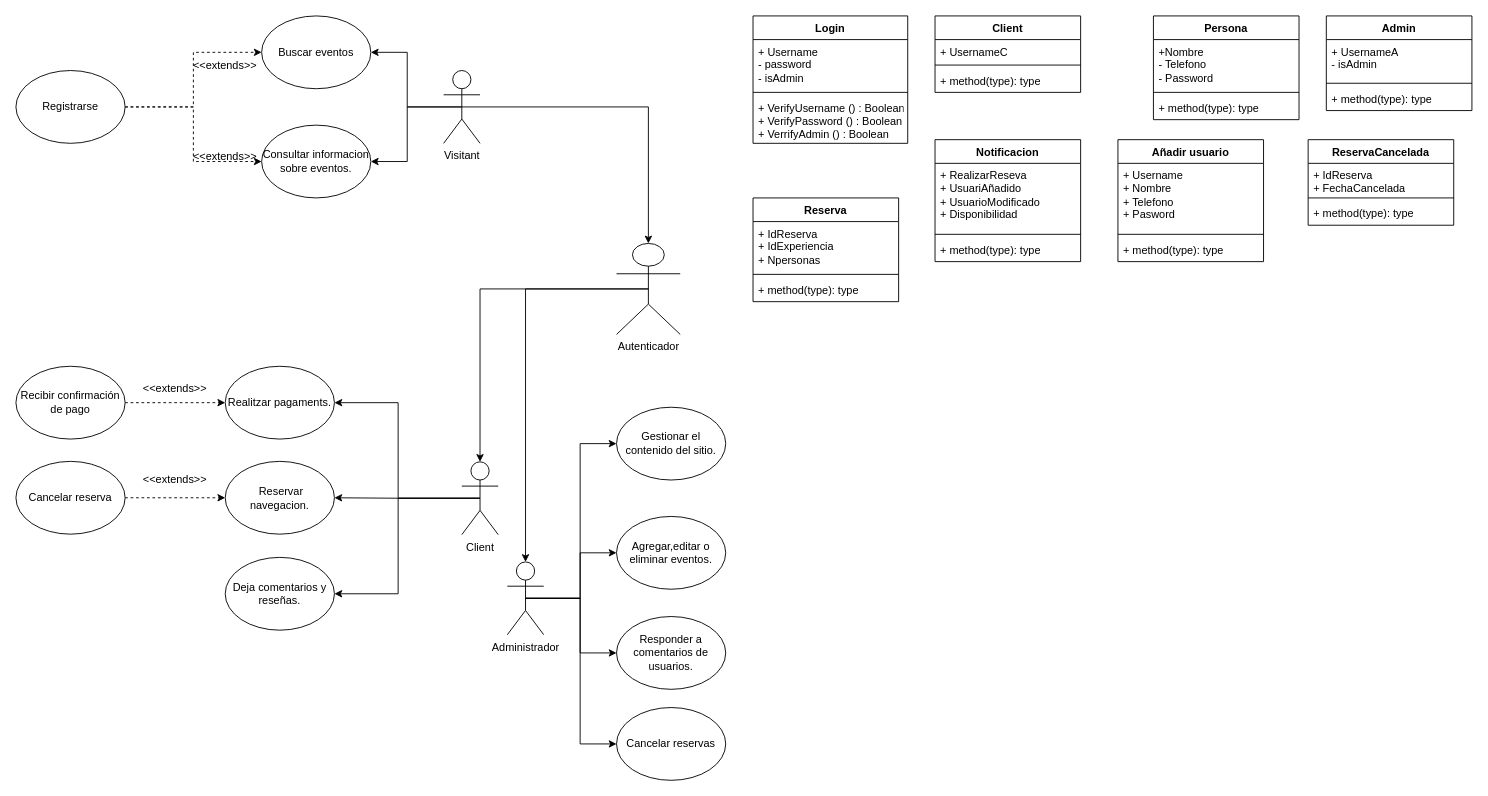
This is Diagramas/UML_XaJo.drawio from joam6/Sailing_XaJo, a draw.io file, before an edit. Source tidied: cells renumbered, new cells numbered last; positions are measured from the earlier drawing's top-left corner, leaving out a move shared by most shapes. Both pictures are drawn from the tidied source at 91%, with x=0, y=0 at pixel (15, 15).
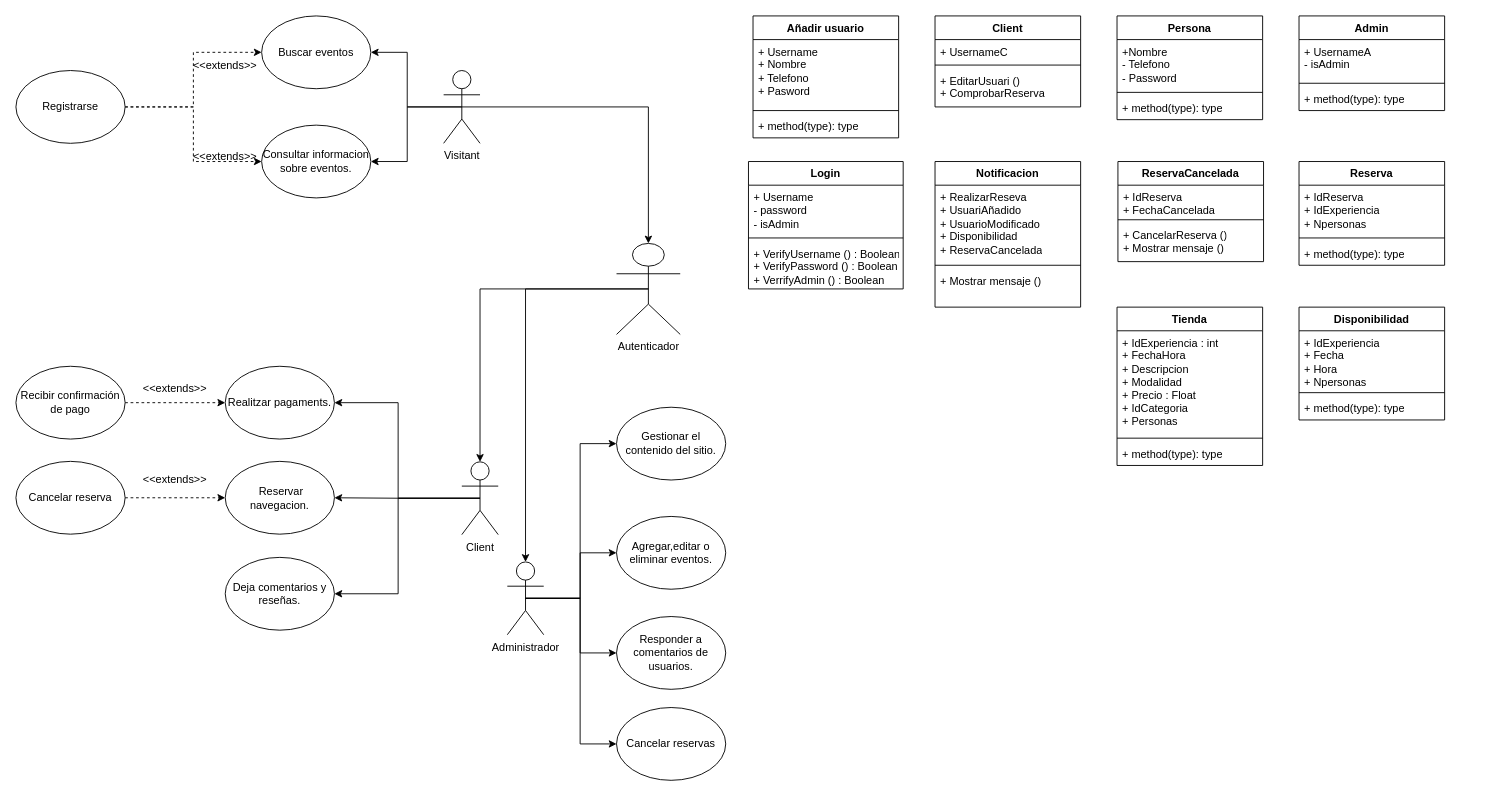
Above is the later version.

What changed in the source:
```diff
@@
     <mxCell id="38" value="Login" style="swimlane;fontStyle=1;align=center;verticalAlign=top;horizontal=1;startSize=26;whiteSpace=wrap;html=1;" parent="1" vertex="1">
-      <mxGeometry x="810" width="170" height="140" as="geometry" />
+      <mxGeometry x="805" y="160" width="170" height="140" as="geometry" />
     </mxCell>
@@
     <mxCell id="42" value="Persona" style="swimlane;fontStyle=1;align=center;verticalAlign=top;horizontal=1;startSize=26;whiteSpace=wrap;html=1;" parent="1" vertex="1">
-      <mxGeometry x="1250" width="160" height="114" as="geometry" />
+      <mxGeometry x="1210" width="160" height="114" as="geometry" />
     </mxCell>
@@
     <mxCell id="46" value="Admin" style="swimlane;fontStyle=1;align=center;verticalAlign=top;horizontal=1;startSize=26;whiteSpace=wrap;html=1;" parent="1" vertex="1">
-      <mxGeometry x="1440" width="160" height="104" as="geometry" />
+      <mxGeometry x="1410" width="160" height="104" as="geometry" />
     </mxCell>
@@
     <mxCell id="50" value="Client" style="swimlane;fontStyle=1;align=center;verticalAlign=top;horizontal=1;startSize=26;whiteSpace=wrap;html=1;" parent="1" vertex="1">
-      <mxGeometry x="1010" width="160" height="84" as="geometry" />
+      <mxGeometry x="1010" width="160" height="100" as="geometry" />
     </mxCell>
@@
-    <mxCell id="53" value="+ method(type): type" style="text;strokeColor=none;fillColor=none;align=left;verticalAlign=top;spacingLeft=4;spacingRight=4;overflow=hidden;whiteSpace=wrap;html=1;" parent="50" vertex="1">
-      <mxGeometry y="58" width="160" height="26" as="geometry" />
+    <mxCell id="53" value="+ EditarUsuari ()&lt;br&gt;+ ComprobarReserva&lt;div&gt;&lt;/div&gt;" style="text;strokeColor=none;fillColor=none;align=left;verticalAlign=top;spacingLeft=4;spacingRight=4;overflow=hidden;whiteSpace=wrap;html=1;" parent="50" vertex="1">
+      <mxGeometry y="58" width="160" height="42" as="geometry" />
     </mxCell>
     <mxCell id="54" value="Reserva" style="swimlane;fontStyle=1;align=center;verticalAlign=top;horizontal=1;startSize=26;whiteSpace=wrap;html=1;" parent="1" vertex="1">
-      <mxGeometry x="810" y="200" width="160" height="114" as="geometry" />
+      <mxGeometry x="1410" y="160" width="160" height="114" as="geometry" />
     </mxCell>
@@
     <mxCell id="58" value="Notificacion" style="swimlane;fontStyle=1;align=center;verticalAlign=top;horizontal=1;startSize=26;whiteSpace=wrap;html=1;" parent="1" vertex="1">
-      <mxGeometry x="1010" y="136" width="160" height="134" as="geometry" />
+      <mxGeometry x="1010" y="160" width="160" height="160" as="geometry" />
     </mxCell>
-    <mxCell id="59" value="+ RealizarReseva&lt;br&gt;+ UsuariAñadido&lt;br&gt;+ UsuarioModificado&lt;br&gt;+ Disponibilidad" style="text;strokeColor=none;fillColor=none;align=left;verticalAlign=top;spacingLeft=4;spacingRight=4;overflow=hidden;whiteSpace=wrap;html=1;" parent="58" vertex="1">
-      <mxGeometry y="26" width="160" height="74" as="geometry" />
+    <mxCell id="59" value="+ RealizarReseva&lt;br&gt;+ UsuariAñadido&lt;br&gt;+ UsuarioModificado&lt;br&gt;+ Disponibilidad&lt;br&gt;+ ReservaCancelada" style="text;strokeColor=none;fillColor=none;align=left;verticalAlign=top;spacingLeft=4;spacingRight=4;overflow=hidden;whiteSpace=wrap;html=1;" parent="58" vertex="1">
+      <mxGeometry y="26" width="160" height="84" as="geometry" />
     </mxCell>
     <mxCell id="60" style="line;strokeWidth=1;fillColor=none;align=left;verticalAlign=middle;spacingTop=-1;spacingLeft=3;spacingRight=3;labelPosition=right;strokeColor=inherit;" parent="58" vertex="1">
-      <mxGeometry y="100" width="160" height="8" as="geometry" />
+      <mxGeometry y="110" width="160" height="8" as="geometry" />
     </mxCell>
-    <mxCell id="61" value="+ method(type): type" style="text;strokeColor=none;fillColor=none;align=left;verticalAlign=top;spacingLeft=4;spacingRight=4;overflow=hidden;whiteSpace=wrap;html=1;" parent="58" vertex="1">
-      <mxGeometry y="108" width="160" height="26" as="geometry" />
+    <mxCell id="61" value="+ Mostrar mensaje ()" style="text;strokeColor=none;fillColor=none;align=left;verticalAlign=top;spacingLeft=4;spacingRight=4;overflow=hidden;whiteSpace=wrap;html=1;" parent="58" vertex="1">
+      <mxGeometry y="118" width="160" height="42" as="geometry" />
     </mxCell>
     <mxCell id="62" value="Añadir usuario" style="swimlane;fontStyle=1;align=center;verticalAlign=top;horizontal=1;startSize=26;whiteSpace=wrap;html=1;" parent="1" vertex="1">
-      <mxGeometry x="1211" y="136" width="160" height="134" as="geometry" />
+      <mxGeometry x="810" width="160" height="134" as="geometry" />
     </mxCell>
@@
     <mxCell id="66" value="ReservaCancelada" style="swimlane;fontStyle=1;align=center;verticalAlign=top;horizontal=1;startSize=26;whiteSpace=wrap;html=1;" parent="1" vertex="1">
-      <mxGeometry x="1420" y="136" width="160" height="94" as="geometry" />
+      <mxGeometry x="1211" y="160" width="160" height="110" as="geometry" />
     </mxCell>
@@
-    <mxCell id="69" value="+ method(type): type" style="text;strokeColor=none;fillColor=none;align=left;verticalAlign=top;spacingLeft=4;spacingRight=4;overflow=hidden;whiteSpace=wrap;html=1;" parent="66" vertex="1">
-      <mxGeometry y="68" width="160" height="26" as="geometry" />
+    <mxCell id="69" value="+ CancelarReserva ()&lt;br&gt;+ Mostrar mensaje ()" style="text;strokeColor=none;fillColor=none;align=left;verticalAlign=top;spacingLeft=4;spacingRight=4;overflow=hidden;whiteSpace=wrap;html=1;" parent="66" vertex="1">
+      <mxGeometry y="68" width="160" height="42" as="geometry" />
     </mxCell>
+    <mxCell id="70" value="Disponibilidad" style="swimlane;fontStyle=1;align=center;verticalAlign=top;horizontal=1;startSize=26;whiteSpace=wrap;html=1;" parent="1" vertex="1">
+      <mxGeometry x="1410" y="320" width="160" height="124" as="geometry" />
+    </mxCell>
+    <mxCell id="71" value="+ IdExperiencia&lt;br&gt;+ Fecha&lt;div&gt;+ Hora&lt;br&gt;+ Npersonas&lt;/div&gt;" style="text;strokeColor=none;fillColor=none;align=left;verticalAlign=top;spacingLeft=4;spacingRight=4;overflow=hidden;whiteSpace=wrap;html=1;" parent="70" vertex="1">
+      <mxGeometry y="26" width="160" height="64" as="geometry" />
+    </mxCell>
+    <mxCell id="72" style="line;strokeWidth=1;fillColor=none;align=left;verticalAlign=middle;spacingTop=-1;spacingLeft=3;spacingRight=3;labelPosition=right;strokeColor=inherit;" parent="70" vertex="1">
+      <mxGeometry y="90" width="160" height="8" as="geometry" />
+    </mxCell>
+    <mxCell id="73" value="+ method(type): type" style="text;strokeColor=none;fillColor=none;align=left;verticalAlign=top;spacingLeft=4;spacingRight=4;overflow=hidden;whiteSpace=wrap;html=1;" parent="70" vertex="1">
+      <mxGeometry y="98" width="160" height="26" as="geometry" />
+    </mxCell>
+    <mxCell id="74" value="Tienda" style="swimlane;fontStyle=1;align=center;verticalAlign=top;horizontal=1;startSize=26;whiteSpace=wrap;html=1;" parent="1" vertex="1">
+      <mxGeometry x="1210" y="320" width="160" height="174" as="geometry" />
+    </mxCell>
+    <mxCell id="75" value="+ IdExperiencia : int&lt;br&gt;+ FechaHora&lt;br&gt;+ Descripcion&lt;br&gt;+ Modalidad&lt;br&gt;+ Precio : Float&lt;br&gt;+ IdCategoria&lt;br&gt;+ Personas" style="text;strokeColor=none;fillColor=none;align=left;verticalAlign=top;spacingLeft=4;spacingRight=4;overflow=hidden;whiteSpace=wrap;html=1;" parent="74" vertex="1">
+      <mxGeometry y="26" width="160" height="114" as="geometry" />
+    </mxCell>
+    <mxCell id="76" style="line;strokeWidth=1;fillColor=none;align=left;verticalAlign=middle;spacingTop=-1;spacingLeft=3;spacingRight=3;labelPosition=right;strokeColor=inherit;" parent="74" vertex="1">
+      <mxGeometry y="140" width="160" height="8" as="geometry" />
+    </mxCell>
+    <mxCell id="77" value="+ method(type): type" style="text;strokeColor=none;fillColor=none;align=left;verticalAlign=top;spacingLeft=4;spacingRight=4;overflow=hidden;whiteSpace=wrap;html=1;" parent="74" vertex="1">
+      <mxGeometry y="148" width="160" height="26" as="geometry" />
+    </mxCell>
```
